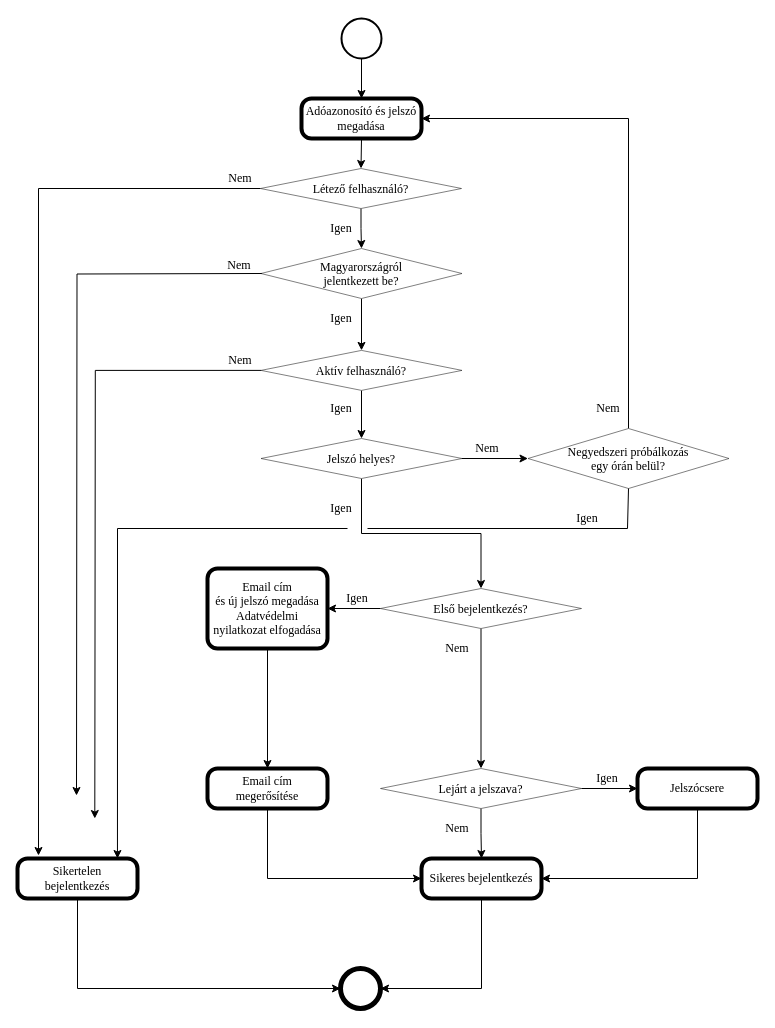
This is Rajzok/webporta_login_activity.drawio from Seevrus/thesis-dms, a draw.io file, before an edit. Source tidied: cells renumbered, new cells numbered last; positions are measured from the earlier drawing's top-left corner, leaving out a move shared by most shapes. Both pictures are drawn from the tidied source at 100%, with x=0, y=0 at pixel (17, 18).
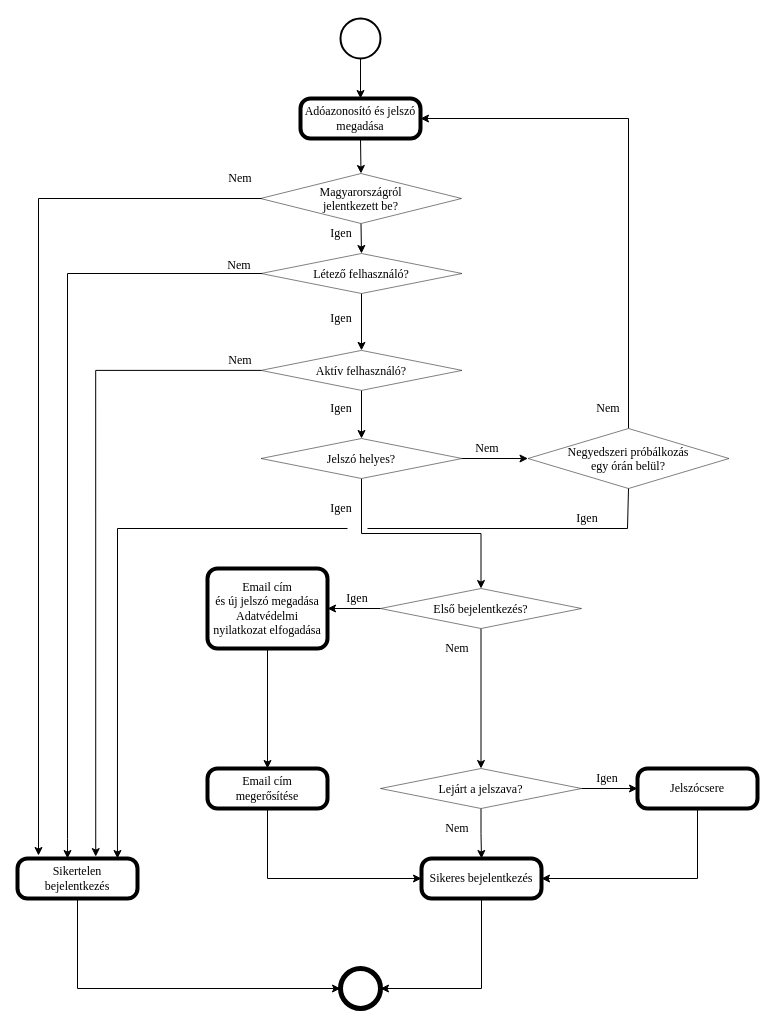
Above is the later version.

Commit message:
Minor modification of the login flow chart to better represent the actual flow

The change refers to these unchanged cells:
```xml
<mxCell id="21" value="Sikertelen&#10;bejelentkezés" style="points=[[0.25,0,0],[0.5,0,0],[0.75,0,0],[1,0.25,0],[1,0.5,0],[1,0.75,0],[0.75,1,0],[0.5,1,0],[0.25,1,0],[0,0.75,0],[0,0.5,0],[0,0.25,0]];shape=mxgraph.bpmn.task;whiteSpace=wrap;rectStyle=rounded;size=10;bpmnShapeType=call;strokeWidth=0.5;top=1;fontFamily=Times New Roman;" parent="1" vertex="1">
  <mxGeometry y="840" width="120" height="40" as="geometry" />
</mxCell>
<mxCell id="29" value="Aktív felhasználó?" style="rhombus;strokeWidth=0.5;fontFamily=Times New Roman;" parent="1" vertex="1">
  <mxGeometry x="243.5" y="331.9" width="201" height="40" as="geometry" />
</mxCell>
```

Diff of the diagram source:
```diff
@@
     <mxCell id="3" style="strokeWidth=2;html=1;shape=mxgraph.flowchart.start_2;whiteSpace=wrap;" parent="1" vertex="1">
-      <mxGeometry x="324" width="40" height="40" as="geometry" />
+      <mxGeometry x="323" width="40" height="40" as="geometry" />
     </mxCell>
-    <mxCell id="4" style="edgeStyle=orthogonalEdgeStyle;rounded=0;jettySize=auto;html=1;exitX=0.5;exitY=1;exitDx=0;exitDy=0;exitPerimeter=0;entryX=0.5;entryY=0;entryDx=0;entryDy=0;fontFamily=Times New Roman;" parent="1" edge="1" source="5" target="32">
-      <mxGeometry relative="1" as="geometry" />
+    <mxCell id="4" style="edgeStyle=orthogonalEdgeStyle;rounded=0;jettySize=auto;html=1;exitX=0.5;exitY=1;exitDx=0;exitDy=0;exitPerimeter=0;entryX=0.5;entryY=0;entryDx=0;entryDy=0;fontFamily=Times New Roman;" parent="1" edge="1" source="5">
+      <mxGeometry relative="1" as="geometry">
+        <mxPoint x="343.5" y="155" as="targetPoint" />
+        <Array as="points">
+          <mxPoint x="344" y="120" />
+        </Array>
+      </mxGeometry>
     </mxCell>
     <mxCell id="5" value="Adóazonosító és jelszó megadása" style="points=[[0.25,0,0],[0.5,0,0],[0.75,0,0],[1,0.25,0],[1,0.5,0],[1,0.75,0],[0.75,1,0],[0.5,1,0],[0.25,1,0],[0,0.75,0],[0,0.5,0],[0,0.25,0]];shape=mxgraph.bpmn.task;whiteSpace=wrap;rectStyle=rounded;size=10;bpmnShapeType=call;strokeWidth=0.5;top=1;fontFamily=Times New Roman;" parent="1" vertex="1">
-      <mxGeometry x="284" y="80" width="120" height="40" as="geometry" />
+      <mxGeometry x="283" y="80" width="120" height="40" as="geometry" />
     </mxCell>
@@
-    <mxCell id="24" style="edgeStyle=orthogonalEdgeStyle;rounded=0;orthogonalLoop=1;jettySize=auto;html=1;fontFamily=Times New Roman;entryX=0.5;entryY=0;entryDx=0;entryDy=0;entryPerimeter=0;" parent="1" edge="1">
+    <mxCell id="24" style="edgeStyle=orthogonalEdgeStyle;rounded=0;orthogonalLoop=1;jettySize=auto;html=1;fontFamily=Times New Roman;" parent="1" edge="1">
       <mxGeometry relative="1" as="geometry">
         <mxPoint x="244.5" y="255" as="sourcePoint" />
-        <mxPoint x="59" y="777" as="targetPoint" />
+        <mxPoint x="50" y="840" as="targetPoint" />
+        <Array as="points">
+          <mxPoint x="50" y="255" />
+          <mxPoint x="50" y="820" />
+        </Array>
       </mxGeometry>
     </mxCell>
-    <mxCell id="25" style="edgeStyle=orthogonalEdgeStyle;rounded=0;jettySize=auto;html=1;exitX=0.5;exitY=1;exitDx=0;exitDy=0;entryX=0.5;entryY=0;entryDx=0;entryDy=0;fontFamily=Times New Roman;" parent="1" edge="1" source="26" target="29">
+    <mxCell id="25" style="edgeStyle=orthogonalEdgeStyle;rounded=0;jettySize=auto;html=1;exitX=0.5;exitY=1;exitDx=0;exitDy=0;entryX=0.5;entryY=0;entryDx=0;entryDy=0;fontFamily=Times New Roman;" parent="1" edge="1" source="32" target="29">
       <mxGeometry relative="1" as="geometry" />
     </mxCell>
-    <mxCell id="26" value="Magyarországról&#10;jelentkezett be?" style="rhombus;strokeWidth=0.5;fontFamily=Times New Roman;" parent="1" vertex="1">
-      <mxGeometry x="243.5" y="230" width="201" height="50" as="geometry" />
-    </mxCell>
-    <mxCell id="27" style="edgeStyle=orthogonalEdgeStyle;rounded=0;jettySize=auto;html=1;exitX=0;exitY=0.5;exitDx=0;exitDy=0;fontFamily=Times New Roman;entryX=0.644;entryY=-0.048;entryDx=0;entryDy=0;entryPerimeter=0;" parent="1" edge="1" source="29">
-      <mxGeometry relative="1" as="geometry">
-        <mxPoint x="77.3" y="800" as="targetPoint" />
-      </mxGeometry>
+    <mxCell id="27" style="edgeStyle=orthogonalEdgeStyle;rounded=0;jettySize=auto;html=1;exitX=0;exitY=0.5;exitDx=0;exitDy=0;fontFamily=Times New Roman;entryX=0.652;entryY=-0.048;entryDx=0;entryDy=0;entryPerimeter=0;" parent="1" edge="1" source="29" target="21">
+      <mxGeometry relative="1" as="geometry" />
     </mxCell>
@@
-    <mxCell id="30" style="edgeStyle=orthogonalEdgeStyle;rounded=0;jettySize=auto;html=1;exitX=0;exitY=0.5;exitDx=0;exitDy=0;entryX=0.175;entryY=-0.075;entryDx=0;entryDy=0;entryPerimeter=0;fontFamily=Times New Roman;" parent="1" edge="1" source="32" target="21">
-      <mxGeometry relative="1" as="geometry" />
+    <mxCell id="30" style="edgeStyle=orthogonalEdgeStyle;rounded=0;jettySize=auto;html=1;entryX=0.175;entryY=-0.075;entryDx=0;entryDy=0;entryPerimeter=0;fontFamily=Times New Roman;" parent="1" edge="1" target="21">
+      <mxGeometry relative="1" as="geometry">
+        <mxPoint x="249" y="180" as="sourcePoint" />
+        <Array as="points">
+          <mxPoint x="249" y="180" />
+          <mxPoint x="21" y="180" />
+        </Array>
+      </mxGeometry>
     </mxCell>
-    <mxCell id="31" style="edgeStyle=orthogonalEdgeStyle;rounded=0;jettySize=auto;html=1;exitX=0.5;exitY=1;exitDx=0;exitDy=0;entryX=0.5;entryY=0;entryDx=0;entryDy=0;fontFamily=Times New Roman;" parent="1" edge="1" source="32" target="26">
-      <mxGeometry relative="1" as="geometry" />
+    <mxCell id="31" style="edgeStyle=orthogonalEdgeStyle;rounded=0;jettySize=auto;html=1;exitX=0.5;exitY=1;exitDx=0;exitDy=0;entryX=0.5;entryY=0;entryDx=0;entryDy=0;fontFamily=Times New Roman;" parent="1" edge="1" source="26" target="32">
+      <mxGeometry relative="1" as="geometry">
+        <Array as="points">
+          <mxPoint x="344" y="205" />
+        </Array>
+      </mxGeometry>
     </mxCell>
-    <mxCell id="32" value="Létező felhasználó?" style="rhombus;strokeWidth=0.5;fontFamily=Times New Roman;" parent="1" vertex="1">
-      <mxGeometry x="243" y="150" width="201" height="40" as="geometry" />
-    </mxCell>
@@
     <mxCell id="51" value="Igen" style="text;html=1;strokeColor=none;fillColor=none;align=center;verticalAlign=middle;whiteSpace=wrap;rounded=0;fontFamily=Times New Roman;" parent="1" vertex="1">
-      <mxGeometry x="304" y="200" width="40" height="20" as="geometry" />
+      <mxGeometry x="304" y="205" width="40" height="20" as="geometry" />
     </mxCell>
@@
+    <mxCell id="32" value="Létező felhasználó?" style="rhombus;strokeWidth=0.5;fontFamily=Times New Roman;" parent="1" vertex="1">
+      <mxGeometry x="243.5" y="235" width="201" height="40" as="geometry" />
+    </mxCell>
+    <mxCell id="26" value="Magyarországról&#10;jelentkezett be?" style="rhombus;strokeWidth=0.5;fontFamily=Times New Roman;" parent="1" vertex="1">
+      <mxGeometry x="243" y="155" width="201" height="50" as="geometry" />
+    </mxCell>
```
